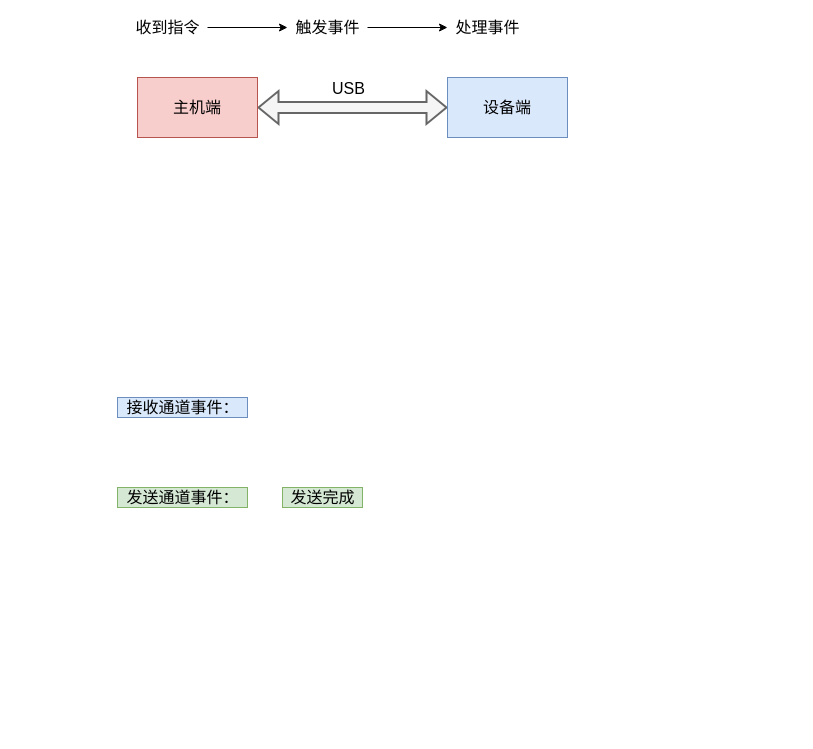
fuxinsen/test keeps this draw.io diagram as page "草稿纸" (5 of 5) of Untitled Diagram.drawio. Above is the earlier version. Source tidied: cells renumbered, new cells numbered last; positions are measured from the earlier drawing's top-left corner, leaving out a move shared by most shapes. Both pictures are drawn from the tidied source at 100%, with x=0, y=0 at pixel (117, 17).
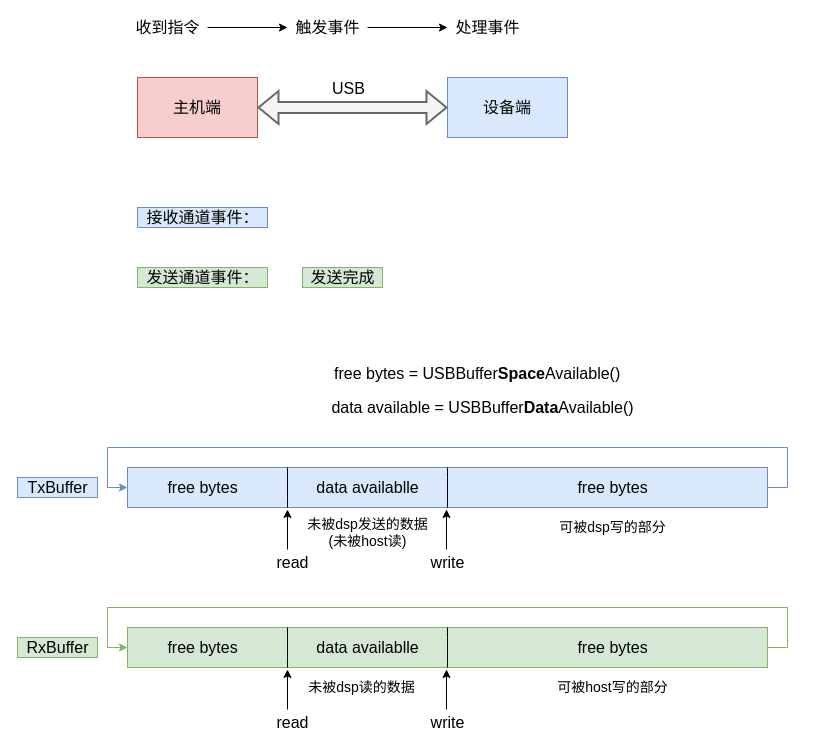
Above is the later version.

Commit message:
更新了缓冲区

Change to the diagram source:
```diff
@@
     <mxCell id="11" value="接收通道事件：" style="text;html=1;align=center;verticalAlign=middle;strokeColor=#6c8ebf;fontSize=16;fillColor=#dae8fc;" parent="1" vertex="1">
-      <mxGeometry y="380" width="130" height="20" as="geometry" />
+      <mxGeometry x="20" y="190" width="130" height="20" as="geometry" />
     </mxCell>
     <mxCell id="12" value="发送通道事件：" style="text;html=1;align=center;verticalAlign=middle;fontSize=16;fillColor=#d5e8d4;strokeColor=#82b366;" parent="1" vertex="1">
-      <mxGeometry y="470" width="130" height="20" as="geometry" />
+      <mxGeometry x="20" y="250" width="130" height="20" as="geometry" />
     </mxCell>
     <mxCell id="13" value="发送完成" style="text;html=1;align=center;verticalAlign=middle;strokeColor=#82b366;fontSize=16;fillColor=#d5e8d4;" parent="1" vertex="1">
-      <mxGeometry x="165" y="470" width="80" height="20" as="geometry" />
+      <mxGeometry x="185" y="250" width="80" height="20" as="geometry" />
     </mxCell>
+    <mxCell id="14" style="rounded=0;whiteSpace=wrap;html=1;shadow=0;fontSize=16;startSize=0;strokeColor=#6c8ebf;strokeWidth=1;fillColor=#dae8fc;" parent="1" vertex="1">
+      <mxGeometry x="10" y="450" width="640" height="40" as="geometry" />
+    </mxCell>
+    <mxCell id="15" value="TxBuffer" style="text;html=1;align=center;verticalAlign=middle;strokeColor=#6c8ebf;fontSize=16;fillColor=#dae8fc;" parent="1" vertex="1">
+      <mxGeometry x="-100" y="460" width="80" height="20" as="geometry" />
+    </mxCell>
+    <mxCell id="16" style="edgeStyle=orthogonalEdgeStyle;rounded=0;orthogonalLoop=1;jettySize=auto;html=1;exitX=0.25;exitY=1;exitDx=0;exitDy=0;entryX=0.25;entryY=0;entryDx=0;entryDy=0;fontSize=16;fontColor=#82B366;startArrow=none;startFill=0;endArrow=none;endFill=0;strokeWidth=1;" parent="1" edge="1" source="14" target="14">
+      <mxGeometry relative="1" as="geometry">
+        <Array as="points">
+          <mxPoint x="170" y="480" />
+          <mxPoint x="170" y="480" />
+        </Array>
+      </mxGeometry>
+    </mxCell>
+    <mxCell id="17" style="edgeStyle=orthogonalEdgeStyle;rounded=0;orthogonalLoop=1;jettySize=auto;html=1;exitX=0.5;exitY=1;exitDx=0;exitDy=0;entryX=0.5;entryY=0;entryDx=0;entryDy=0;fontSize=16;fontColor=#82B366;startArrow=none;startFill=0;endArrow=none;endFill=0;strokeWidth=1;" parent="1" edge="1" source="14" target="14">
+      <mxGeometry relative="1" as="geometry">
+        <Array as="points">
+          <mxPoint x="330" y="460" />
+          <mxPoint x="330" y="460" />
+        </Array>
+      </mxGeometry>
+    </mxCell>
+    <mxCell id="18" style="endArrow=classic;html=1;fontSize=16;fontColor=#82B366;strokeWidth=1;" parent="1" edge="1">
+      <mxGeometry relative="1" as="geometry">
+        <mxPoint x="170" y="532" as="sourcePoint" />
+        <mxPoint x="170" y="492" as="targetPoint" />
+      </mxGeometry>
+    </mxCell>
+    <mxCell id="19" style="endArrow=classic;html=1;fontSize=16;fontColor=#82B366;strokeWidth=1;" parent="1" edge="1">
+      <mxGeometry relative="1" as="geometry">
+        <mxPoint x="329" y="532" as="sourcePoint" />
+        <mxPoint x="329" y="492" as="targetPoint" />
+      </mxGeometry>
+    </mxCell>
+    <mxCell id="20" value="data availablle" style="text;html=1;align=center;verticalAlign=middle;strokeColor=none;fontSize=16;" parent="1" vertex="1">
+      <mxGeometry x="190" y="460" width="120" height="20" as="geometry" />
+    </mxCell>
+    <mxCell id="21" value="read&lt;br&gt;" style="text;html=1;align=center;verticalAlign=middle;strokeColor=none;fontSize=16;fontColor=#000000;" parent="1" vertex="1">
+      <mxGeometry x="150" y="535" width="50" height="20" as="geometry" />
+    </mxCell>
+    <mxCell id="22" value="write" style="text;html=1;align=center;verticalAlign=middle;strokeColor=none;fontSize=16;fontColor=#000000;" parent="1" vertex="1">
+      <mxGeometry x="305" y="535" width="50" height="20" as="geometry" />
+    </mxCell>
+    <mxCell id="23" value="free bytes" style="text;html=1;align=center;verticalAlign=middle;strokeColor=none;fontSize=16;fontColor=#000000;" parent="1" vertex="1">
+      <mxGeometry x="450" y="460" width="90" height="20" as="geometry" />
+    </mxCell>
+    <mxCell id="24" value="free bytes" style="text;html=1;align=center;verticalAlign=middle;strokeColor=none;fontSize=16;fontColor=#000000;" parent="1" vertex="1">
+      <mxGeometry x="40" y="460" width="90" height="20" as="geometry" />
+    </mxCell>
+    <mxCell id="25" value="free bytes = USBBuffer&lt;b&gt;Space&lt;/b&gt;Available()" style="text;whiteSpace=wrap;html=1;fontSize=16;fontColor=#000000;" parent="1" vertex="1">
+      <mxGeometry x="215" y="340" width="300" height="30" as="geometry" />
+    </mxCell>
+    <mxCell id="26" value="data available = USBBuffer&lt;b&gt;Data&lt;/b&gt;Available()" style="text;html=1;align=center;verticalAlign=middle;strokeColor=none;fontSize=16;fontColor=#000000;" parent="1" vertex="1">
+      <mxGeometry x="205" y="380" width="320" height="20" as="geometry" />
+    </mxCell>
+    <mxCell id="27" value="未被dsp发送的数据&lt;br style=&quot;font-size: 14px&quot;&gt;(未被host读)" style="text;html=1;align=center;verticalAlign=middle;strokeColor=none;fontSize=14;fontColor=#000000;" parent="1" vertex="1">
+      <mxGeometry x="180" y="495" width="140" height="40" as="geometry" />
+    </mxCell>
+    <mxCell id="28" style="rounded=0;whiteSpace=wrap;html=1;shadow=0;fontSize=16;startSize=0;strokeColor=#82b366;strokeWidth=1;fillColor=#d5e8d4;" parent="1" vertex="1">
+      <mxGeometry x="10" y="610" width="640" height="40" as="geometry" />
+    </mxCell>
+    <mxCell id="29" value="RxBuffer" style="text;html=1;align=center;verticalAlign=middle;strokeColor=#82b366;fontSize=16;fillColor=#d5e8d4;" parent="1" vertex="1">
+      <mxGeometry x="-100" y="620" width="80" height="20" as="geometry" />
+    </mxCell>
+    <mxCell id="30" style="edgeStyle=orthogonalEdgeStyle;rounded=0;orthogonalLoop=1;jettySize=auto;html=1;exitX=0.25;exitY=1;exitDx=0;exitDy=0;entryX=0.25;entryY=0;entryDx=0;entryDy=0;fontSize=16;fontColor=#82B366;startArrow=none;startFill=0;endArrow=none;endFill=0;strokeWidth=1;" parent="1" edge="1" source="28" target="28">
+      <mxGeometry relative="1" as="geometry">
+        <Array as="points">
+          <mxPoint x="170" y="640" />
+          <mxPoint x="170" y="640" />
+        </Array>
+      </mxGeometry>
+    </mxCell>
+    <mxCell id="31" style="edgeStyle=orthogonalEdgeStyle;rounded=0;orthogonalLoop=1;jettySize=auto;html=1;exitX=0.5;exitY=1;exitDx=0;exitDy=0;entryX=0.5;entryY=0;entryDx=0;entryDy=0;fontSize=16;fontColor=#82B366;startArrow=none;startFill=0;endArrow=none;endFill=0;strokeWidth=1;" parent="1" edge="1" source="28" target="28">
+      <mxGeometry relative="1" as="geometry">
+        <Array as="points">
+          <mxPoint x="330" y="620" />
+          <mxPoint x="330" y="620" />
+        </Array>
+      </mxGeometry>
+    </mxCell>
+    <mxCell id="32" style="endArrow=classic;html=1;fontSize=16;fontColor=#82B366;strokeWidth=1;" parent="1" edge="1">
+      <mxGeometry relative="1" as="geometry">
+        <mxPoint x="170" y="692" as="sourcePoint" />
+        <mxPoint x="170" y="652" as="targetPoint" />
+      </mxGeometry>
+    </mxCell>
+    <mxCell id="33" style="endArrow=classic;html=1;fontSize=16;fontColor=#82B366;strokeWidth=1;" parent="1" edge="1">
+      <mxGeometry relative="1" as="geometry">
+        <mxPoint x="329" y="692" as="sourcePoint" />
+        <mxPoint x="329" y="652" as="targetPoint" />
+      </mxGeometry>
+    </mxCell>
+    <mxCell id="34" value="data availablle" style="text;html=1;align=center;verticalAlign=middle;strokeColor=none;fontSize=16;" parent="1" vertex="1">
+      <mxGeometry x="190" y="620" width="120" height="20" as="geometry" />
+    </mxCell>
+    <mxCell id="35" value="read&lt;br&gt;" style="text;html=1;align=center;verticalAlign=middle;strokeColor=none;fontSize=16;fontColor=#000000;" parent="1" vertex="1">
+      <mxGeometry x="150" y="695" width="50" height="20" as="geometry" />
+    </mxCell>
+    <mxCell id="36" value="write" style="text;html=1;align=center;verticalAlign=middle;strokeColor=none;fontSize=16;fontColor=#000000;" parent="1" vertex="1">
+      <mxGeometry x="305" y="695" width="50" height="20" as="geometry" />
+    </mxCell>
+    <mxCell id="37" value="free bytes" style="text;html=1;align=center;verticalAlign=middle;strokeColor=none;fontSize=16;fontColor=#000000;" parent="1" vertex="1">
+      <mxGeometry x="450" y="620" width="90" height="20" as="geometry" />
+    </mxCell>
+    <mxCell id="38" value="free bytes" style="text;html=1;align=center;verticalAlign=middle;strokeColor=none;fontSize=16;fontColor=#000000;" parent="1" vertex="1">
+      <mxGeometry x="40" y="620" width="90" height="20" as="geometry" />
+    </mxCell>
+    <mxCell id="39" value="未被dsp读的数据" style="text;html=1;align=center;verticalAlign=middle;strokeColor=none;fontSize=14;fontColor=#000000;" parent="1" vertex="1">
+      <mxGeometry x="184" y="660" width="120" height="20" as="geometry" />
+    </mxCell>
+    <mxCell id="40" value="可被host写的部分" style="text;html=1;align=center;verticalAlign=middle;strokeColor=none;fontSize=14;fontColor=#000000;" parent="1" vertex="1">
+      <mxGeometry x="430" y="660" width="130" height="20" as="geometry" />
+    </mxCell>
+    <mxCell id="41" style="edgeStyle=orthogonalEdgeStyle;rounded=0;orthogonalLoop=1;jettySize=auto;html=1;exitX=1;exitY=0.5;exitDx=0;exitDy=0;entryX=0;entryY=0.5;entryDx=0;entryDy=0;fontSize=14;fontColor=#000000;startArrow=none;startFill=0;endArrow=classic;endFill=1;strokeWidth=1;fillColor=#d5e8d4;strokeColor=#82b366;" parent="1" edge="1" source="28" target="28">
+      <mxGeometry relative="1" as="geometry">
+        <Array as="points">
+          <mxPoint x="670" y="630" />
+          <mxPoint x="670" y="590" />
+          <mxPoint x="-10" y="590" />
+          <mxPoint x="-10" y="630" />
+        </Array>
+      </mxGeometry>
+    </mxCell>
+    <mxCell id="42" style="edgeStyle=orthogonalEdgeStyle;rounded=0;orthogonalLoop=1;jettySize=auto;html=1;exitX=1;exitY=0.5;exitDx=0;exitDy=0;entryX=0;entryY=0.5;entryDx=0;entryDy=0;fontSize=14;fontColor=#000000;startArrow=none;startFill=0;endArrow=classic;endFill=1;strokeWidth=1;fillColor=#dae8fc;strokeColor=#6c8ebf;" parent="1" edge="1" source="14" target="14">
+      <mxGeometry relative="1" as="geometry">
+        <Array as="points">
+          <mxPoint x="670" y="470" />
+          <mxPoint x="670" y="430" />
+          <mxPoint x="-10" y="430" />
+          <mxPoint x="-10" y="470" />
+        </Array>
+      </mxGeometry>
+    </mxCell>
+    <mxCell id="43" value="可被dsp写的部分" style="text;html=1;align=center;verticalAlign=middle;strokeColor=none;fontSize=14;fontColor=#000000;" parent="1" vertex="1">
+      <mxGeometry x="435" y="500" width="120" height="20" as="geometry" />
+    </mxCell>
```
